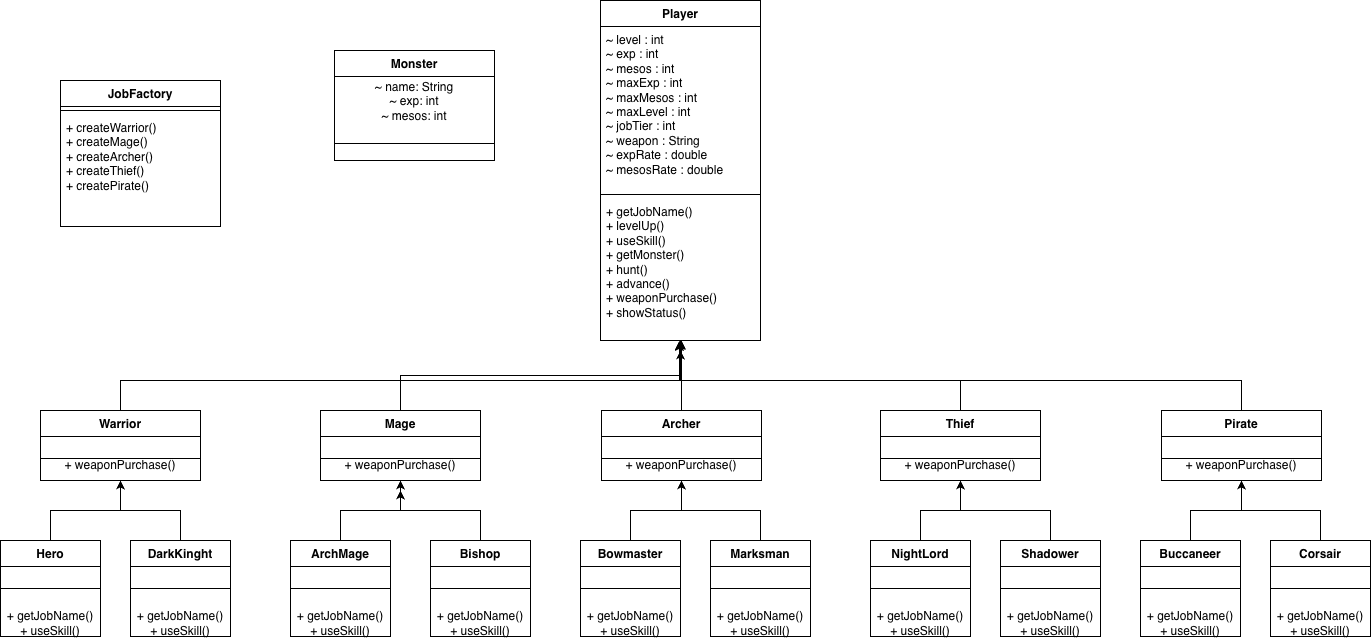
The draw.io diagram classDiagram.drawio.png in 100-hours-a-week/KTB4-Justin-Week1, before a commit. Source tidied: cells renumbered, new cells last; positions are measured from the earlier drawing's top-left corner, leaving out a move shared by most shapes.
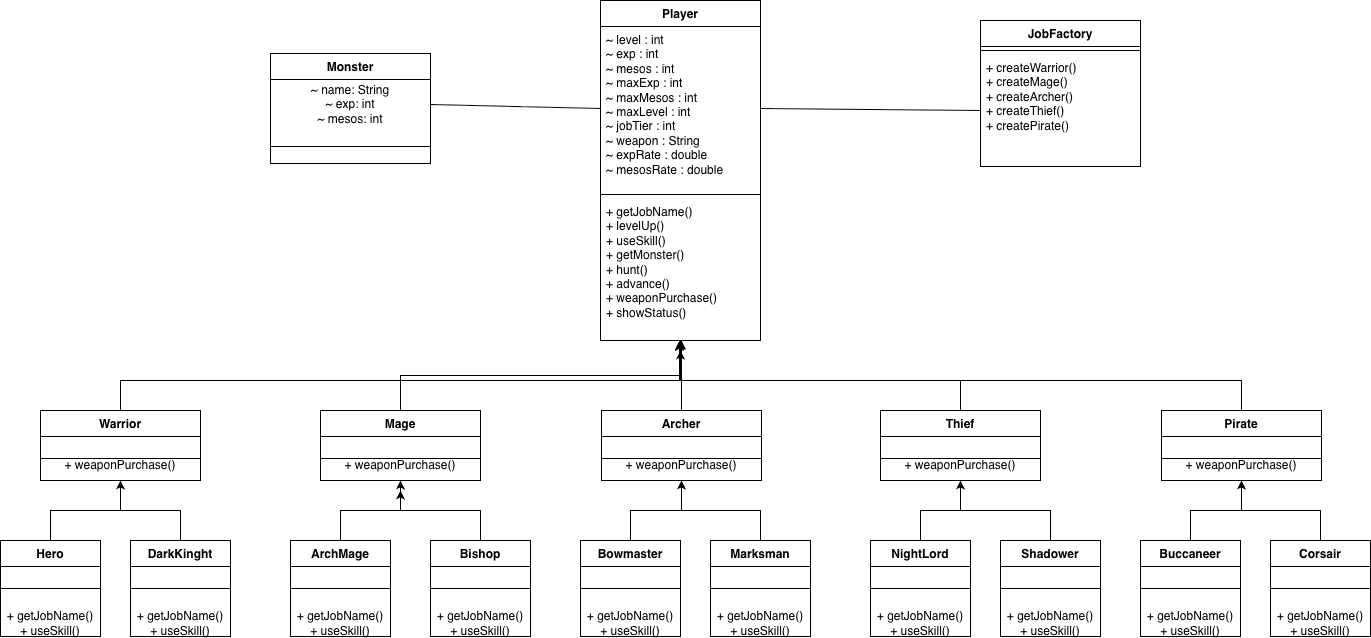
The same diagram one commit later.

Diff of the diagram source:
```diff
@@ -30,7 +30,7 @@
       <mxGeometry y="26" width="160" height="44" as="geometry" />
     </mxCell>
     <mxCell id="9" value="JobFactory" style="swimlane;fontStyle=1;align=center;verticalAlign=top;horizontal=1;startSize=26;whiteSpace=wrap;html=1;" parent="1" vertex="1">
-      <mxGeometry x="60" y="80" width="160" height="146" as="geometry" />
+      <mxGeometry x="980" y="20" width="160" height="146" as="geometry" />
     </mxCell>
     <mxCell id="10" style="line;strokeWidth=1;fillColor=none;align=left;verticalAlign=middle;spacingTop=-1;spacingLeft=3;spacingRight=3;labelPosition=right;strokeColor=inherit;" parent="9" vertex="1">
       <mxGeometry y="26" width="160" height="8" as="geometry" />
@@ -230,7 +230,7 @@
       </mxGeometry>
     </mxCell>
     <mxCell id="69" value="Monster" style="swimlane;fontStyle=1;align=center;verticalAlign=top;horizontal=1;startSize=26;whiteSpace=wrap;html=1;" parent="1" vertex="1">
-      <mxGeometry x="334" y="50" width="160" height="110" as="geometry" />
+      <mxGeometry x="270" y="53" width="160" height="110" as="geometry" />
     </mxCell>
     <mxCell id="70" value="&lt;span style=&quot;text-align: left; white-space: nowrap; background-color: rgb(255, 255, 255);&quot;&gt;~ name: String&lt;/span&gt;&lt;br style=&quot;padding: 0px; margin: 0px; text-align: left; white-space: nowrap;&quot;&gt;&lt;span style=&quot;text-align: left; white-space: nowrap; background-color: rgb(255, 255, 255);&quot;&gt;~ exp: int&lt;/span&gt;&lt;br style=&quot;padding: 0px; margin: 0px; text-align: left; white-space: nowrap;&quot;&gt;&lt;span style=&quot;text-align: left; white-space: nowrap; background-color: rgb(255, 255, 255);&quot;&gt;~ mesos: int&lt;/span&gt;" style="text;html=1;whiteSpace=wrap;strokeColor=none;fillColor=none;align=center;verticalAlign=middle;rounded=0;" parent="69" vertex="1">
       <mxGeometry y="26" width="160" height="50" as="geometry" />
@@ -238,5 +238,11 @@
     <mxCell id="71" style="line;strokeWidth=1;fillColor=none;align=left;verticalAlign=middle;spacingTop=-1;spacingLeft=3;spacingRight=3;labelPosition=right;strokeColor=inherit;" parent="69" vertex="1">
       <mxGeometry y="76" width="160" height="34" as="geometry" />
     </mxCell>
+    <mxCell id="72" style="endArrow=none;html=1;rounded=0;exitX=1;exitY=0.5;exitDx=0;exitDy=0;entryX=0;entryY=0.5;entryDx=0;entryDy=0;" parent="1" edge="1" source="70" target="3">
+      <mxGeometry relative="1" as="geometry" />
+    </mxCell>
+    <mxCell id="73" style="endArrow=none;html=1;rounded=0;exitX=0;exitY=0.5;exitDx=0;exitDy=0;entryX=1;entryY=0.5;entryDx=0;entryDy=0;" parent="1" edge="1" source="11" target="3">
+      <mxGeometry relative="1" as="geometry" />
+    </mxCell>
   </root>
 </mxGraphModel>
```
